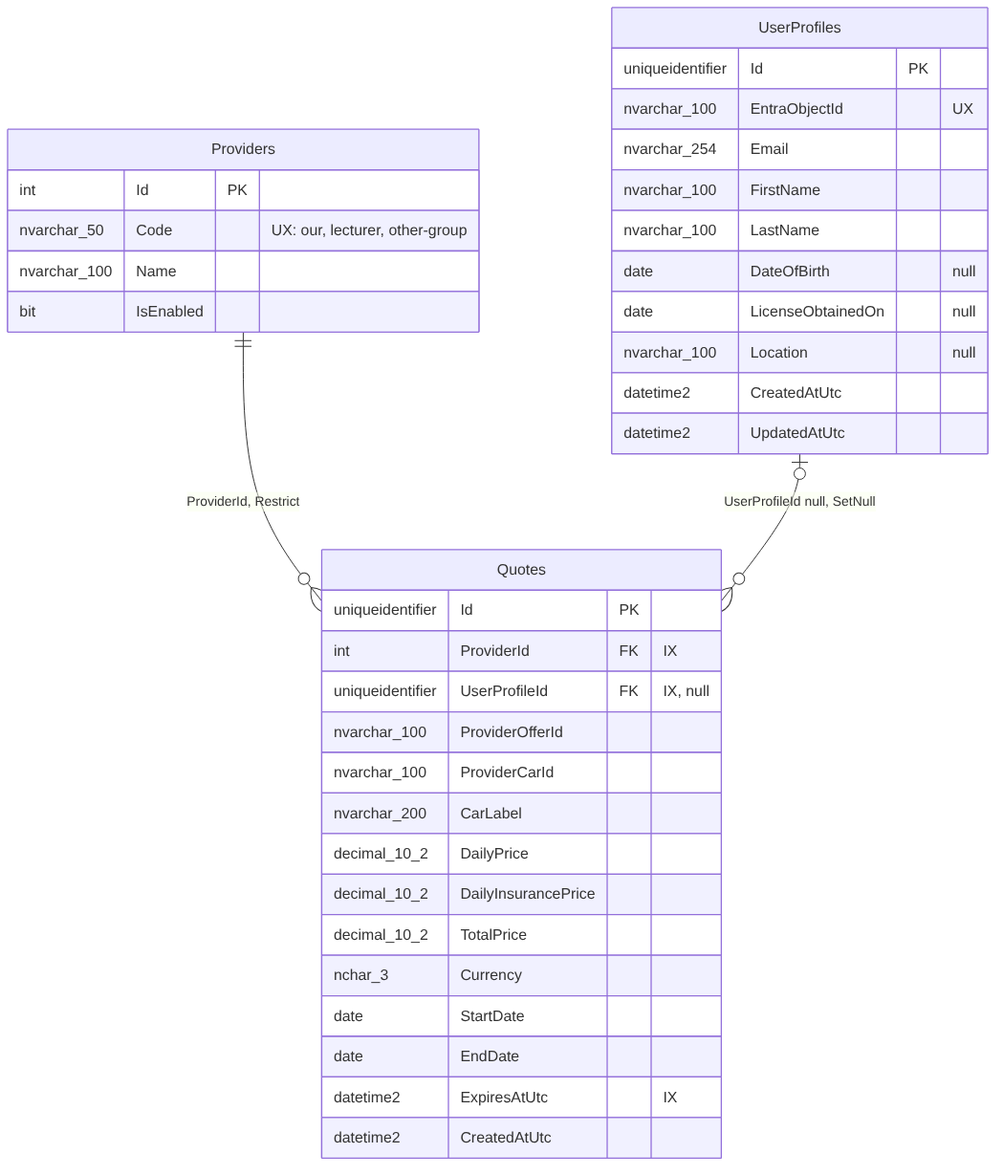
CarRentalss/CarRentals keeps this Mermaid diagram as docs/diagrams/er-broker.png. Above is the earlier version. Its source is kept beside it as docs/diagrams/er-broker.mmd. Source of this version:
```mermaid
erDiagram
  Providers ||--o{ Quotes : "ProviderId, Restrict"
  UserProfiles |o--o{ Quotes : "UserProfileId null, SetNull"

  Providers {
    int Id PK
    nvarchar_50 Code "UX: our, lecturer, other-group"
    nvarchar_100 Name
    bit IsEnabled
  }
  UserProfiles {
    uniqueidentifier Id PK
    nvarchar_100 EntraObjectId "UX"
    nvarchar_254 Email
    nvarchar_100 FirstName
    nvarchar_100 LastName
    date DateOfBirth "null"
    date LicenseObtainedOn "null"
    nvarchar_100 Location "null"
    datetime2 CreatedAtUtc
    datetime2 UpdatedAtUtc
  }
  Quotes {
    uniqueidentifier Id PK
    int ProviderId FK "IX"
    uniqueidentifier UserProfileId FK "IX, null"
    nvarchar_100 ProviderOfferId
    nvarchar_100 ProviderCarId
    nvarchar_200 CarLabel
    decimal_10_2 DailyPrice
    decimal_10_2 DailyInsurancePrice
    decimal_10_2 TotalPrice
    nchar_3 Currency
    date StartDate
    date EndDate
    datetime2 ExpiresAtUtc "IX"
    datetime2 CreatedAtUtc
  }
```
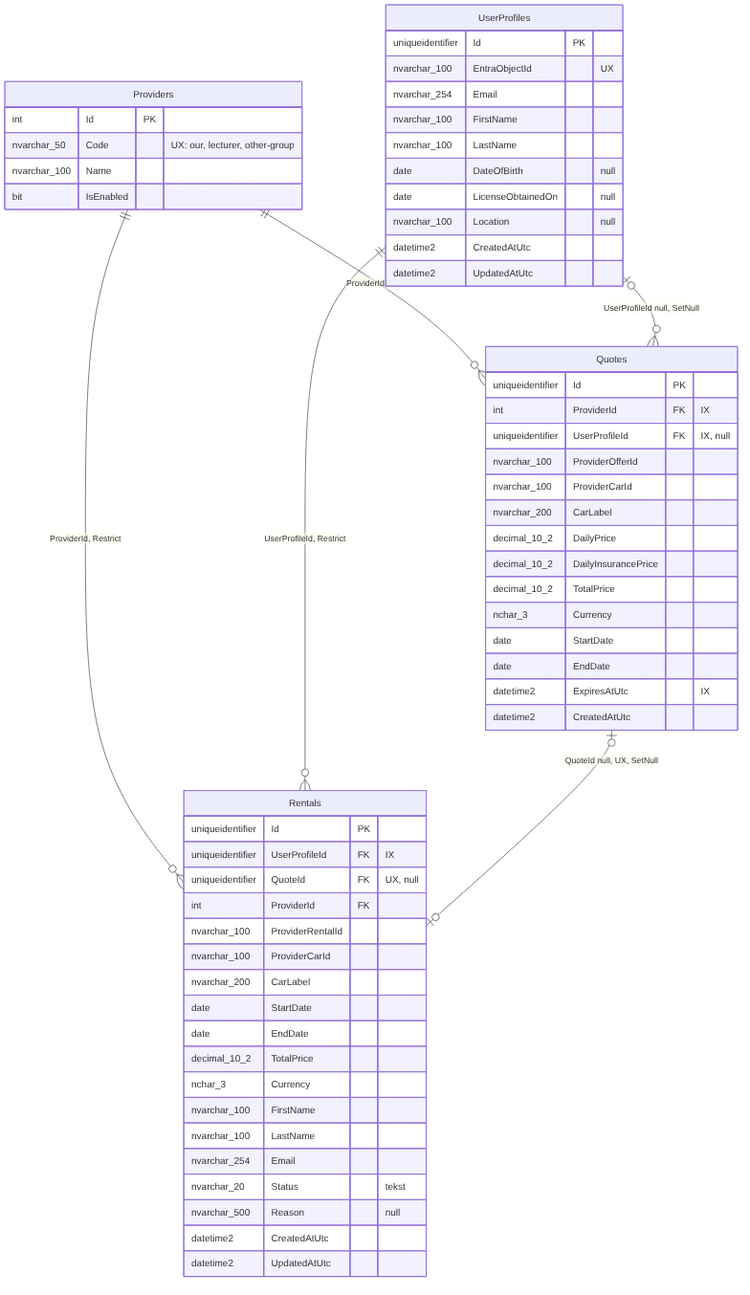
Above is the later version.

Change to the diagram source:
```diff
@@ -1,6 +1,9 @@
 erDiagram
   Providers ||--o{ Quotes : "ProviderId, Restrict"
   UserProfiles |o--o{ Quotes : "UserProfileId null, SetNull"
+  Providers ||--o{ Rentals : "ProviderId, Restrict"
+  UserProfiles ||--o{ Rentals : "UserProfileId, Restrict"
+  Quotes |o--o| Rentals : "QuoteId null, UX, SetNull"
 
   Providers {
     int Id PK
@@ -36,3 +39,23 @@
     datetime2 ExpiresAtUtc "IX"
     datetime2 CreatedAtUtc
   }
+  Rentals {
+    uniqueidentifier Id PK
+    uniqueidentifier UserProfileId FK "IX"
+    uniqueidentifier QuoteId FK "UX, null"
+    int ProviderId FK
+    nvarchar_100 ProviderRentalId
+    nvarchar_100 ProviderCarId
+    nvarchar_200 CarLabel
+    date StartDate
+    date EndDate
+    decimal_10_2 TotalPrice
+    nchar_3 Currency
+    nvarchar_100 FirstName
+    nvarchar_100 LastName
+    nvarchar_254 Email
+    nvarchar_20 Status "tekst"
+    nvarchar_500 Reason "null"
+    datetime2 CreatedAtUtc
+    datetime2 UpdatedAtUtc
+  }
```
